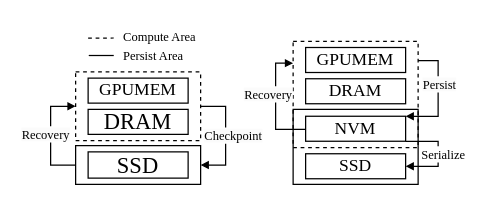
icszhr/NCheck keeps this draw.io diagram as fig/archi_mot_a.drawio. Above is the earlier version. Source tidied: cells renumbered, new cells numbered last; positions are measured from the earlier drawing's top-left corner, leaving out a move shared by most shapes. Both pictures are drawn from the tidied source at 125%, with x=0, y=0 at pixel (50, 24).
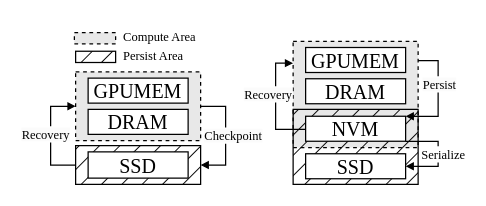
The same diagram, later.

Change to the diagram source:
```diff
@@
-<mxGraphModel>
+<mxGraphModel background="#ffffff">
@@
+    <mxCell id="21" style="rounded=0;whiteSpace=wrap;html=1;fillColor=#000000;fillStyle=hatch;" parent="1" vertex="1">
+      <mxGeometry x="20" y="97" width="100" height="31" as="geometry" />
+    </mxCell>
+    <mxCell id="3" style="rounded=0;whiteSpace=wrap;html=1;fillColor=#E8E8E8;dashed=1;" parent="1" vertex="1">
+      <mxGeometry x="194" y="13.5" width="100" height="85" as="geometry" />
+    </mxCell>
-    <mxCell id="2" style="rounded=0;whiteSpace=wrap;html=1;fillColor=none;" parent="1" vertex="1">
+    <mxCell id="2" style="rounded=0;whiteSpace=wrap;html=1;fillColor=#000000;fillStyle=hatch;" parent="1" vertex="1">
       <mxGeometry x="194" y="68" width="100" height="60" as="geometry" />
     </mxCell>
-    <mxCell id="3" style="rounded=0;whiteSpace=wrap;html=1;fillColor=none;dashed=1;" parent="1" vertex="1">
-      <mxGeometry x="194" y="13.5" width="100" height="85" as="geometry" />
-    </mxCell>
-    <mxCell id="4" style="rounded=0;whiteSpace=wrap;html=1;fillColor=none;dashed=1;" parent="1" vertex="1">
+    <mxCell id="4" style="rounded=0;whiteSpace=wrap;html=1;fillColor=#E8E8E8;dashed=1;" parent="1" vertex="1">
       <mxGeometry x="20" y="38" width="100" height="55" as="geometry" />
     </mxCell>
-    <mxCell id="5" value="&lt;font style=&quot;font-size: 14px;&quot; face=&quot;Times New Roman&quot;&gt;GPUMEM&lt;/font&gt;" style="rounded=0;whiteSpace=wrap;html=1;" parent="1" vertex="1">
+    <mxCell id="5" value="&lt;font style=&quot;font-size: 16px;&quot; face=&quot;Times New Roman&quot;&gt;GPUMEM&lt;/font&gt;" style="rounded=0;whiteSpace=wrap;html=1;" parent="1" vertex="1">
       <mxGeometry x="30" y="43" width="80" height="20" as="geometry" />
     </mxCell>
-    <mxCell id="6" value="&lt;font face=&quot;Times New Roman&quot; style=&quot;font-size: 18px;&quot;&gt;DRAM&lt;/font&gt;" style="rounded=0;whiteSpace=wrap;html=1;strokeColor=default;align=center;verticalAlign=middle;fontFamily=Helvetica;fontSize=12;fontColor=default;fillColor=default;" parent="1" vertex="1">
+    <mxCell id="6" value="&lt;font face=&quot;Times New Roman&quot; style=&quot;font-size: 16px;&quot;&gt;DRAM&lt;/font&gt;" style="rounded=0;whiteSpace=wrap;html=1;strokeColor=default;align=center;verticalAlign=middle;fontFamily=Helvetica;fontSize=12;fontColor=default;fillColor=default;" parent="1" vertex="1">
       <mxGeometry x="30" y="68" width="80" height="20" as="geometry" />
     </mxCell>
-    <mxCell id="7" value="&lt;font style=&quot;font-size: 18px;&quot; face=&quot;Times New Roman&quot;&gt;SSD&lt;/font&gt;" style="rounded=0;whiteSpace=wrap;html=1;" parent="1" vertex="1">
+    <mxCell id="7" value="&lt;font style=&quot;font-size: 16px;&quot; face=&quot;Times New Roman&quot;&gt;SSD&lt;/font&gt;" style="rounded=0;whiteSpace=wrap;html=1;" parent="1" vertex="1">
       <mxGeometry x="30" y="102" width="80" height="21" as="geometry" />
     </mxCell>
-    <mxCell id="8" style="endArrow=none;html=1;rounded=0;dashed=1;" parent="1" edge="1">
-      <mxGeometry relative="1" as="geometry">
-        <mxPoint x="30" y="11" as="sourcePoint" />
-        <mxPoint x="50.5" y="10.9" as="targetPoint" />
-      </mxGeometry>
-    </mxCell>
@@
-    <mxCell id="10" style="endArrow=none;html=1;rounded=0;" parent="1" edge="1">
-      <mxGeometry relative="1" as="geometry">
-        <mxPoint x="30.5" y="24.9" as="sourcePoint" />
-        <mxPoint x="50.5" y="24.9" as="targetPoint" />
-      </mxGeometry>
-    </mxCell>
@@
-    <mxCell id="12" value="&lt;font style=&quot;font-size: 14px;&quot; face=&quot;Times New Roman&quot;&gt;GPUMEM&lt;/font&gt;" style="rounded=0;whiteSpace=wrap;html=1;" parent="1" vertex="1">
+    <mxCell id="12" value="&lt;font style=&quot;font-size: 16px;&quot; face=&quot;Times New Roman&quot;&gt;GPUMEM&lt;/font&gt;" style="rounded=0;whiteSpace=wrap;html=1;" parent="1" vertex="1">
       <mxGeometry x="204" y="18.5" width="80" height="20" as="geometry" />
     </mxCell>
-    <mxCell id="13" value="&lt;font face=&quot;Times New Roman&quot; style=&quot;font-size: 14px;&quot;&gt;DRAM&lt;/font&gt;" style="rounded=0;whiteSpace=wrap;html=1;strokeColor=default;align=center;verticalAlign=middle;fontFamily=Helvetica;fontSize=12;fontColor=default;fillColor=default;" parent="1" vertex="1">
+    <mxCell id="13" value="&lt;font face=&quot;Times New Roman&quot; style=&quot;font-size: 16px;&quot;&gt;DRAM&lt;/font&gt;" style="rounded=0;whiteSpace=wrap;html=1;strokeColor=default;align=center;verticalAlign=middle;fontFamily=Helvetica;fontSize=12;fontColor=default;fillColor=default;" parent="1" vertex="1">
       <mxGeometry x="204" y="43.5" width="80" height="20" as="geometry" />
     </mxCell>
-    <mxCell id="14" value="&lt;font style=&quot;font-size: 14px;&quot; face=&quot;Times New Roman&quot;&gt;SSD&lt;/font&gt;" style="rounded=0;whiteSpace=wrap;html=1;" parent="1" vertex="1">
+    <mxCell id="14" value="&lt;font style=&quot;font-size: 16px;&quot; face=&quot;Times New Roman&quot;&gt;SSD&lt;/font&gt;" style="rounded=0;whiteSpace=wrap;html=1;" parent="1" vertex="1">
       <mxGeometry x="204" y="103.5" width="80" height="20" as="geometry" />
     </mxCell>
@@
-    <mxCell id="16" value="&lt;font style=&quot;font-size: 14px;&quot; face=&quot;Times New Roman&quot;&gt;NVM&lt;/font&gt;" style="rounded=0;whiteSpace=wrap;html=1;" parent="1" vertex="1">
+    <mxCell id="16" value="&lt;font style=&quot;font-size: 16px;&quot; face=&quot;Times New Roman&quot;&gt;NVM&lt;/font&gt;" style="rounded=0;whiteSpace=wrap;html=1;" parent="1" vertex="1">
       <mxGeometry x="204" y="73.5" width="80" height="20" as="geometry" />
     </mxCell>
@@
-    <mxCell id="21" style="rounded=0;whiteSpace=wrap;html=1;fillColor=none;" parent="1" vertex="1">
-      <mxGeometry x="20" y="97" width="100" height="31" as="geometry" />
-    </mxCell>
@@
+    <mxCell id="27" style="rounded=0;whiteSpace=wrap;html=1;fillColor=#E8E8E8;dashed=1;" parent="1" vertex="1">
+      <mxGeometry x="19" y="6.5" width="33" height="9" as="geometry" />
+    </mxCell>
+    <mxCell id="28" style="rounded=0;whiteSpace=wrap;html=1;fillColor=#000000;fillStyle=hatch;gradientColor=none;glass=0;" parent="1" vertex="1">
+      <mxGeometry x="20" y="21.5" width="32" height="9" as="geometry" />
+    </mxCell>
```
